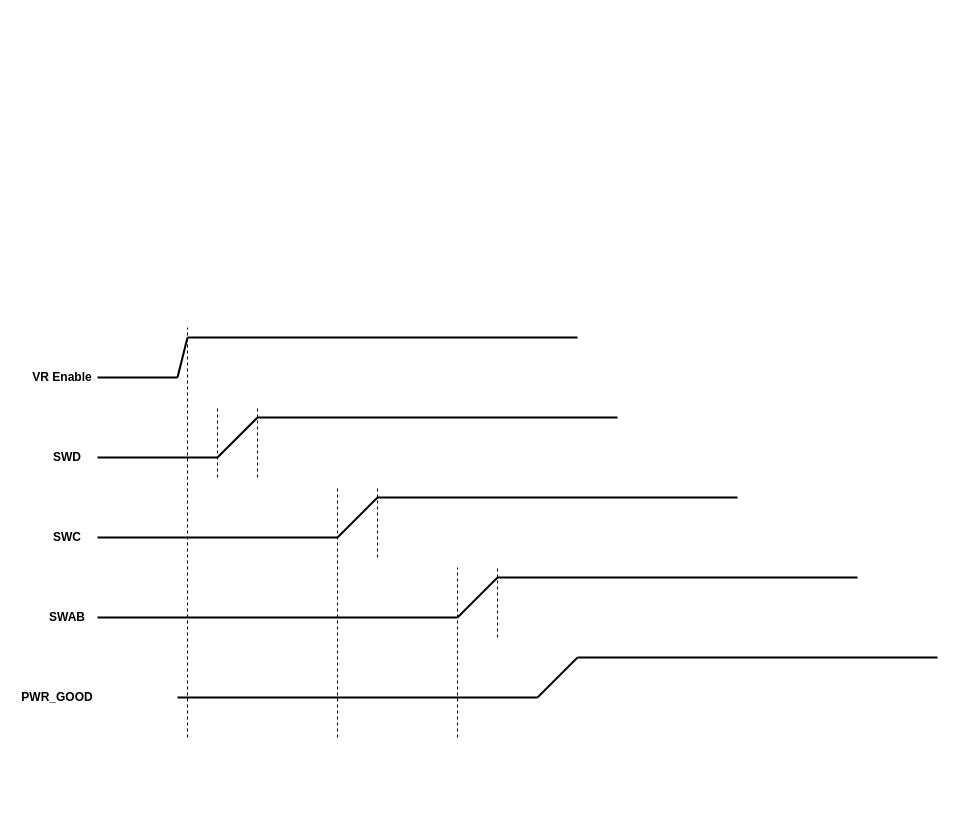
shingaridavesh/memoryandarchitecture keeps this draw.io diagram as docs/images/dimm/pmic_init.drawio. Above is the earlier version. Source tidied: cells renumbered, new cells numbered last; positions are measured from the earlier drawing's top-left corner, leaving out a move shared by most shapes. Both pictures are drawn from the tidied source at 100%, with x=0, y=0 at pixel (17, 327).
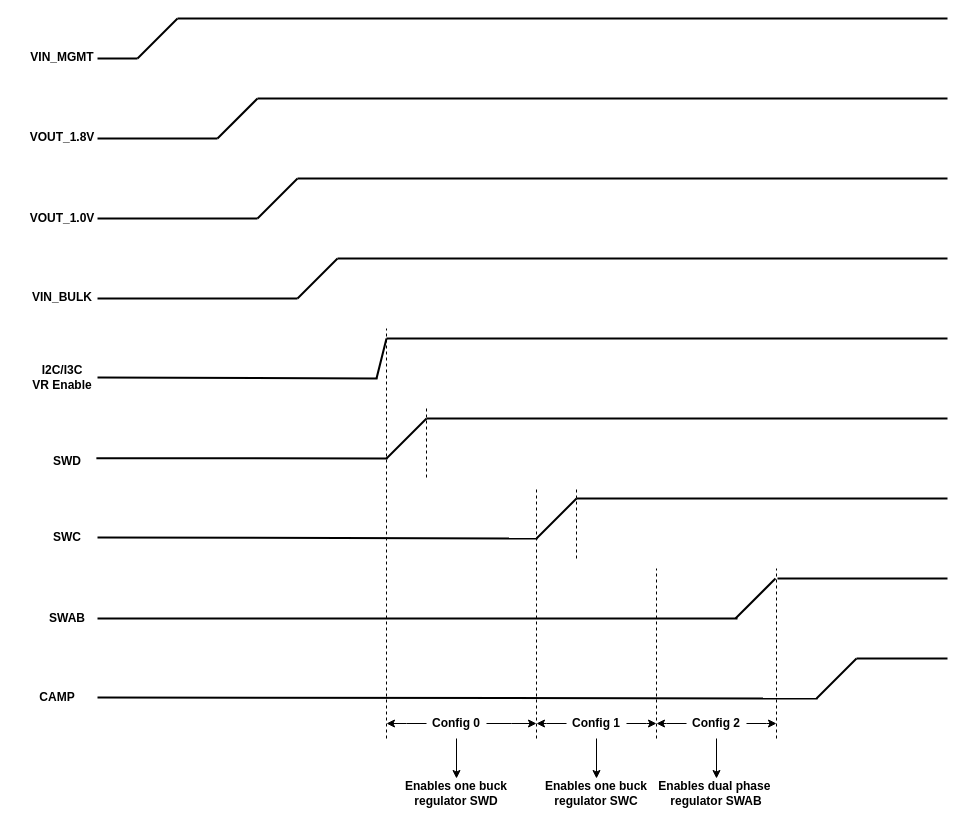
The same diagram, later.

Unchanged cells that the change refers to:
```xml
<mxCell id="15" value="&lt;b&gt;SWC&lt;/b&gt;" style="text;html=1;align=center;verticalAlign=middle;whiteSpace=wrap;rounded=0;" parent="1" vertex="1">
  <mxGeometry x="20" y="195" width="60" height="30" as="geometry" />
</mxCell>
```

The edit, as a diff of the source:
```diff
@@
-    <mxCell id="2" style="endArrow=none;html=1;rounded=0;strokeWidth=2;" parent="1" edge="1">
+    <mxCell id="2" style="endArrow=none;html=1;rounded=0;strokeWidth=2;exitX=0.981;exitY=0.39;exitDx=0;exitDy=0;exitPerimeter=0;" parent="1" edge="1" source="14">
       <mxGeometry relative="1" as="geometry">
-        <mxPoint x="80" y="130" as="sourcePoint" />
-        <mxPoint x="200" y="130" as="targetPoint" />
+        <mxPoint x="370" y="131" as="targetPoint" />
       </mxGeometry>
     </mxCell>
     <mxCell id="3" style="endArrow=none;html=1;rounded=0;strokeWidth=2;" parent="1" edge="1">
       <mxGeometry relative="1" as="geometry">
-        <mxPoint x="200" y="130" as="sourcePoint" />
-        <mxPoint x="240" y="90" as="targetPoint" />
+        <mxPoint x="369" y="131" as="sourcePoint" />
+        <mxPoint x="409" y="91" as="targetPoint" />
       </mxGeometry>
     </mxCell>
     <mxCell id="4" style="endArrow=none;html=1;rounded=0;strokeWidth=2;" parent="1" edge="1">
       <mxGeometry relative="1" as="geometry">
-        <mxPoint x="240" y="90" as="sourcePoint" />
-        <mxPoint x="600" y="90" as="targetPoint" />
+        <mxPoint x="409" y="91" as="sourcePoint" />
+        <mxPoint x="930" y="91" as="targetPoint" />
       </mxGeometry>
     </mxCell>
     <mxCell id="5" style="endArrow=none;html=1;rounded=0;strokeWidth=2;exitX=1;exitY=0.5;exitDx=0;exitDy=0;" parent="1" edge="1" source="15">
       <mxGeometry relative="1" as="geometry">
-        <mxPoint x="320" y="210" as="targetPoint" />
+        <mxPoint x="520" y="211" as="targetPoint" />
       </mxGeometry>
     </mxCell>
     <mxCell id="6" style="endArrow=none;html=1;rounded=0;strokeWidth=2;" parent="1" edge="1">
       <mxGeometry relative="1" as="geometry">
-        <mxPoint x="320" y="210" as="sourcePoint" />
-        <mxPoint x="360" y="170" as="targetPoint" />
+        <mxPoint x="519" y="211" as="sourcePoint" />
+        <mxPoint x="559" y="171" as="targetPoint" />
       </mxGeometry>
     </mxCell>
     <mxCell id="7" style="endArrow=none;html=1;rounded=0;strokeWidth=2;" parent="1" edge="1">
       <mxGeometry relative="1" as="geometry">
-        <mxPoint x="360" y="170" as="sourcePoint" />
-        <mxPoint x="720" y="170" as="targetPoint" />
+        <mxPoint x="559" y="171" as="sourcePoint" />
+        <mxPoint x="930" y="171" as="targetPoint" />
       </mxGeometry>
     </mxCell>
     <mxCell id="8" style="endArrow=none;html=1;rounded=0;strokeWidth=2;exitX=1;exitY=0.5;exitDx=0;exitDy=0;" parent="1" edge="1" source="16">
       <mxGeometry relative="1" as="geometry">
-        <mxPoint x="440" y="290" as="targetPoint" />
+        <mxPoint x="720" y="291" as="targetPoint" />
       </mxGeometry>
     </mxCell>
     <mxCell id="9" style="endArrow=none;html=1;rounded=0;strokeWidth=2;" parent="1" edge="1">
       <mxGeometry relative="1" as="geometry">
-        <mxPoint x="440" y="290" as="sourcePoint" />
-        <mxPoint x="480" y="250" as="targetPoint" />
+        <mxPoint x="718" y="291" as="sourcePoint" />
+        <mxPoint x="758" y="251" as="targetPoint" />
       </mxGeometry>
     </mxCell>
     <mxCell id="10" style="endArrow=none;html=1;rounded=0;strokeWidth=2;" parent="1" edge="1">
       <mxGeometry relative="1" as="geometry">
-        <mxPoint x="480" y="250" as="sourcePoint" />
-        <mxPoint x="840" y="250" as="targetPoint" />
+        <mxPoint x="760" y="251" as="sourcePoint" />
+        <mxPoint x="930" y="251" as="targetPoint" />
       </mxGeometry>
     </mxCell>
-    <mxCell id="11" style="endArrow=none;html=1;rounded=0;strokeWidth=2;" parent="1" edge="1">
+    <mxCell id="11" style="endArrow=none;html=1;rounded=0;strokeWidth=2;exitX=1;exitY=0.5;exitDx=0;exitDy=0;" parent="1" edge="1" source="17">
       <mxGeometry relative="1" as="geometry">
-        <mxPoint x="160" y="370" as="sourcePoint" />
-        <mxPoint x="520" y="370" as="targetPoint" />
+        <mxPoint x="800" y="371" as="targetPoint" />
       </mxGeometry>
     </mxCell>
     <mxCell id="12" style="endArrow=none;html=1;rounded=0;strokeWidth=2;" parent="1" edge="1">
       <mxGeometry relative="1" as="geometry">
-        <mxPoint x="520" y="370" as="sourcePoint" />
-        <mxPoint x="560" y="330" as="targetPoint" />
+        <mxPoint x="799" y="371" as="sourcePoint" />
+        <mxPoint x="839" y="331" as="targetPoint" />
       </mxGeometry>
     </mxCell>
     <mxCell id="13" style="endArrow=none;html=1;rounded=0;strokeWidth=2;" parent="1" edge="1">
       <mxGeometry relative="1" as="geometry">
-        <mxPoint x="560" y="330" as="sourcePoint" />
-        <mxPoint x="920" y="330" as="targetPoint" />
+        <mxPoint x="839" y="331" as="sourcePoint" />
+        <mxPoint x="930" y="331" as="targetPoint" />
       </mxGeometry>
     </mxCell>
     <mxCell id="14" value="&lt;b&gt;SWD&lt;/b&gt;" style="text;html=1;align=center;verticalAlign=middle;whiteSpace=wrap;rounded=0;" parent="1" vertex="1">
-      <mxGeometry x="20" y="115" width="60" height="30" as="geometry" />
+      <mxGeometry x="20" y="119" width="60" height="30" as="geometry" />
     </mxCell>
@@
     <mxCell id="16" value="&lt;b&gt;SWAB&lt;/b&gt;" style="text;html=1;align=center;verticalAlign=middle;whiteSpace=wrap;rounded=0;" parent="1" vertex="1">
-      <mxGeometry x="20" y="275" width="60" height="30" as="geometry" />
+      <mxGeometry x="20" y="276" width="60" height="30" as="geometry" />
     </mxCell>
-    <mxCell id="17" value="&lt;b&gt;PWR_GOOD&lt;/b&gt;" style="text;html=1;align=center;verticalAlign=middle;whiteSpace=wrap;rounded=0;" parent="1" vertex="1">
+    <mxCell id="17" value="&lt;b&gt;CAMP&lt;/b&gt;" style="text;html=1;align=center;verticalAlign=middle;whiteSpace=wrap;rounded=0;" parent="1" vertex="1">
       <mxGeometry y="355" width="80" height="30" as="geometry" />
     </mxCell>
-    <mxCell id="18" style="endArrow=none;dashed=1;html=1;rounded=0;" parent="1" edge="1">
-      <mxGeometry relative="1" as="geometry">
-        <mxPoint x="200" y="150" as="sourcePoint" />
-        <mxPoint x="200" y="80" as="targetPoint" />
-      </mxGeometry>
-    </mxCell>
     <mxCell id="19" style="endArrow=none;dashed=1;html=1;rounded=0;" parent="1" edge="1">
       <mxGeometry relative="1" as="geometry">
-        <mxPoint x="240" y="150" as="sourcePoint" />
-        <mxPoint x="240" y="80" as="targetPoint" />
+        <mxPoint x="409" y="150" as="sourcePoint" />
+        <mxPoint x="409" y="80" as="targetPoint" />
       </mxGeometry>
     </mxCell>
     <mxCell id="20" style="endArrow=none;dashed=1;html=1;rounded=0;" parent="1" edge="1">
       <mxGeometry relative="1" as="geometry">
-        <mxPoint x="320" y="410" as="sourcePoint" />
-        <mxPoint x="320" y="160" as="targetPoint" />
+        <mxPoint x="519" y="411" as="sourcePoint" />
+        <mxPoint x="519" y="161" as="targetPoint" />
       </mxGeometry>
     </mxCell>
     <mxCell id="21" style="endArrow=none;dashed=1;html=1;rounded=0;" parent="1" edge="1">
       <mxGeometry relative="1" as="geometry">
-        <mxPoint x="360" y="230" as="sourcePoint" />
-        <mxPoint x="360" y="160" as="targetPoint" />
+        <mxPoint x="559" y="231" as="sourcePoint" />
+        <mxPoint x="559" y="161" as="targetPoint" />
       </mxGeometry>
     </mxCell>
     <mxCell id="22" style="endArrow=none;dashed=1;html=1;rounded=0;" parent="1" edge="1">
       <mxGeometry relative="1" as="geometry">
-        <mxPoint x="440" y="410" as="sourcePoint" />
-        <mxPoint x="440" y="240" as="targetPoint" />
+        <mxPoint x="639" y="411" as="sourcePoint" />
+        <mxPoint x="639" y="241" as="targetPoint" />
       </mxGeometry>
     </mxCell>
     <mxCell id="23" style="endArrow=none;dashed=1;html=1;rounded=0;" parent="1" edge="1">
       <mxGeometry relative="1" as="geometry">
-        <mxPoint x="480" y="310" as="sourcePoint" />
-        <mxPoint x="480" y="240" as="targetPoint" />
+        <mxPoint x="759" y="411" as="sourcePoint" />
+        <mxPoint x="759" y="241" as="targetPoint" />
       </mxGeometry>
     </mxCell>
-    <mxCell id="24" style="endArrow=none;html=1;rounded=0;strokeWidth=2;" parent="1" edge="1">
+    <mxCell id="24" style="endArrow=none;html=1;rounded=0;strokeWidth=2;exitX=1;exitY=0.5;exitDx=0;exitDy=0;" parent="1" edge="1" source="27">
       <mxGeometry relative="1" as="geometry">
-        <mxPoint x="80" y="50" as="sourcePoint" />
-        <mxPoint x="160" y="50" as="targetPoint" />
+        <mxPoint x="360" y="51" as="targetPoint" />
       </mxGeometry>
     </mxCell>
     <mxCell id="25" style="endArrow=none;html=1;rounded=0;strokeWidth=2;" parent="1" edge="1">
       <mxGeometry relative="1" as="geometry">
-        <mxPoint x="160" y="50" as="sourcePoint" />
-        <mxPoint x="170" y="10" as="targetPoint" />
+        <mxPoint x="359" y="51" as="sourcePoint" />
+        <mxPoint x="369" y="11" as="targetPoint" />
       </mxGeometry>
     </mxCell>
     <mxCell id="26" style="endArrow=none;html=1;rounded=0;strokeWidth=2;" parent="1" edge="1">
       <mxGeometry relative="1" as="geometry">
-        <mxPoint x="170" y="10" as="sourcePoint" />
-        <mxPoint x="560" y="10" as="targetPoint" />
+        <mxPoint x="369" y="11" as="sourcePoint" />
+        <mxPoint x="930" y="11" as="targetPoint" />
       </mxGeometry>
     </mxCell>
-    <mxCell id="27" value="&lt;b&gt;VR Enable&lt;/b&gt;" style="text;html=1;align=center;verticalAlign=middle;whiteSpace=wrap;rounded=0;" parent="1" vertex="1">
+    <mxCell id="27" value="&lt;div&gt;&lt;b&gt;I2C/I3C&lt;/b&gt;&lt;/div&gt;&lt;b&gt;VR Enable&lt;/b&gt;" style="text;html=1;align=center;verticalAlign=middle;whiteSpace=wrap;rounded=0;" parent="1" vertex="1">
       <mxGeometry x="10" y="35" width="70" height="30" as="geometry" />
     </mxCell>
     <mxCell id="28" style="endArrow=none;dashed=1;html=1;rounded=0;" parent="1" edge="1">
       <mxGeometry relative="1" as="geometry">
-        <mxPoint x="170" y="410" as="sourcePoint" />
-        <mxPoint x="170" as="targetPoint" />
+        <mxPoint x="369" y="411" as="sourcePoint" />
+        <mxPoint x="369" y="1" as="targetPoint" />
       </mxGeometry>
     </mxCell>
+    <mxCell id="29" style="edgeStyle=orthogonalEdgeStyle;rounded=0;jettySize=auto;html=1;" parent="1" edge="1" source="31">
+      <mxGeometry relative="1" as="geometry">
+        <mxPoint x="519" y="396" as="targetPoint" />
+      </mxGeometry>
+    </mxCell>
+    <mxCell id="30" style="edgeStyle=orthogonalEdgeStyle;rounded=0;jettySize=auto;html=1;" parent="1" edge="1" source="31">
+      <mxGeometry relative="1" as="geometry">
+        <mxPoint x="369" y="396" as="targetPoint" />
+      </mxGeometry>
+    </mxCell>
+    <mxCell id="31" value="&lt;b&gt;Config 0&lt;/b&gt;" style="text;html=1;align=center;verticalAlign=middle;whiteSpace=wrap;rounded=0;" parent="1" vertex="1">
+      <mxGeometry x="409" y="381" width="60" height="30" as="geometry" />
+    </mxCell>
+    <mxCell id="32" style="edgeStyle=orthogonalEdgeStyle;rounded=0;jettySize=auto;html=1;" parent="1" edge="1" source="34">
+      <mxGeometry relative="1" as="geometry">
+        <mxPoint x="639" y="396" as="targetPoint" />
+      </mxGeometry>
+    </mxCell>
+    <mxCell id="33" style="edgeStyle=orthogonalEdgeStyle;rounded=0;jettySize=auto;html=1;" parent="1" edge="1" source="34">
+      <mxGeometry relative="1" as="geometry">
+        <mxPoint x="519" y="396" as="targetPoint" />
+      </mxGeometry>
+    </mxCell>
+    <mxCell id="34" value="&lt;b&gt;Config 1&lt;/b&gt;" style="text;html=1;align=center;verticalAlign=middle;whiteSpace=wrap;rounded=0;" parent="1" vertex="1">
+      <mxGeometry x="549" y="381" width="60" height="30" as="geometry" />
+    </mxCell>
+    <mxCell id="35" style="edgeStyle=orthogonalEdgeStyle;rounded=0;jettySize=auto;html=1;" parent="1" edge="1" source="37">
+      <mxGeometry relative="1" as="geometry">
+        <mxPoint x="759" y="396" as="targetPoint" />
+      </mxGeometry>
+    </mxCell>
+    <mxCell id="36" style="edgeStyle=orthogonalEdgeStyle;rounded=0;jettySize=auto;html=1;" parent="1" edge="1" source="37">
+      <mxGeometry relative="1" as="geometry">
+        <mxPoint x="639" y="396" as="targetPoint" />
+      </mxGeometry>
+    </mxCell>
+    <mxCell id="37" value="&lt;b&gt;Config 2&lt;/b&gt;" style="text;html=1;align=center;verticalAlign=middle;whiteSpace=wrap;rounded=0;" parent="1" vertex="1">
+      <mxGeometry x="669" y="381" width="60" height="30" as="geometry" />
+    </mxCell>
+    <mxCell id="38" style="endArrow=classic;html=1;rounded=0;exitX=0.5;exitY=1;exitDx=0;exitDy=0;" parent="1" edge="1" source="31">
+      <mxGeometry relative="1" as="geometry">
+        <mxPoint x="439" y="451" as="targetPoint" />
+      </mxGeometry>
+    </mxCell>
+    <mxCell id="39" value="&lt;b&gt;Enables one buck regulator SWD&lt;/b&gt;" style="text;html=1;align=center;verticalAlign=middle;whiteSpace=wrap;rounded=0;" parent="1" vertex="1">
+      <mxGeometry x="374" y="451" width="130" height="30" as="geometry" />
+    </mxCell>
+    <mxCell id="40" style="endArrow=classic;html=1;rounded=0;exitX=0.5;exitY=1;exitDx=0;exitDy=0;" parent="1" edge="1">
+      <mxGeometry relative="1" as="geometry">
+        <mxPoint x="579" y="411" as="sourcePoint" />
+        <mxPoint x="579" y="451" as="targetPoint" />
+      </mxGeometry>
+    </mxCell>
+    <mxCell id="41" value="&lt;b&gt;Enables one buck regulator SWC&lt;/b&gt;" style="text;html=1;align=center;verticalAlign=middle;whiteSpace=wrap;rounded=0;" parent="1" vertex="1">
+      <mxGeometry x="514" y="451" width="130" height="30" as="geometry" />
+    </mxCell>
+    <mxCell id="42" style="endArrow=classic;html=1;rounded=0;exitX=0.5;exitY=1;exitDx=0;exitDy=0;" parent="1" edge="1">
+      <mxGeometry relative="1" as="geometry">
+        <mxPoint x="699" y="411" as="sourcePoint" />
+        <mxPoint x="699" y="451" as="targetPoint" />
+      </mxGeometry>
+    </mxCell>
+    <mxCell id="43" value="&lt;b&gt;Enables dual phase&amp;nbsp; regulator SWAB&lt;/b&gt;" style="text;html=1;align=center;verticalAlign=middle;whiteSpace=wrap;rounded=0;" parent="1" vertex="1">
+      <mxGeometry x="634" y="451" width="130" height="30" as="geometry" />
+    </mxCell>
+    <mxCell id="44" style="endArrow=none;html=1;rounded=0;strokeWidth=2;" parent="1" edge="1">
+      <mxGeometry relative="1" as="geometry">
+        <mxPoint x="80" y="-189" as="sourcePoint" />
+        <mxPoint x="200" y="-189" as="targetPoint" />
+      </mxGeometry>
+    </mxCell>
+    <mxCell id="45" style="endArrow=none;html=1;rounded=0;strokeWidth=2;" parent="1" edge="1">
+      <mxGeometry relative="1" as="geometry">
+        <mxPoint x="200" y="-189" as="sourcePoint" />
+        <mxPoint x="240" y="-229" as="targetPoint" />
+      </mxGeometry>
+    </mxCell>
+    <mxCell id="46" style="endArrow=none;html=1;rounded=0;strokeWidth=2;" parent="1" edge="1">
+      <mxGeometry relative="1" as="geometry">
+        <mxPoint x="240" y="-229" as="sourcePoint" />
+        <mxPoint x="930" y="-229" as="targetPoint" />
+      </mxGeometry>
+    </mxCell>
+    <mxCell id="47" style="endArrow=none;html=1;rounded=0;strokeWidth=2;" parent="1" edge="1">
+      <mxGeometry relative="1" as="geometry">
+        <mxPoint x="80" y="-109" as="sourcePoint" />
+        <mxPoint x="240" y="-109" as="targetPoint" />
+      </mxGeometry>
+    </mxCell>
+    <mxCell id="48" style="endArrow=none;html=1;rounded=0;strokeWidth=2;" parent="1" edge="1">
+      <mxGeometry relative="1" as="geometry">
+        <mxPoint x="240" y="-109" as="sourcePoint" />
+        <mxPoint x="280" y="-149" as="targetPoint" />
+      </mxGeometry>
+    </mxCell>
+    <mxCell id="49" style="endArrow=none;html=1;rounded=0;strokeWidth=2;" parent="1" edge="1">
+      <mxGeometry relative="1" as="geometry">
+        <mxPoint x="280" y="-149" as="sourcePoint" />
+        <mxPoint x="930" y="-149" as="targetPoint" />
+      </mxGeometry>
+    </mxCell>
+    <mxCell id="50" style="endArrow=none;html=1;rounded=0;strokeWidth=2;" parent="1" edge="1">
+      <mxGeometry relative="1" as="geometry">
+        <mxPoint x="80" y="-29" as="sourcePoint" />
+        <mxPoint x="280" y="-29" as="targetPoint" />
+      </mxGeometry>
+    </mxCell>
+    <mxCell id="51" style="endArrow=none;html=1;rounded=0;strokeWidth=2;" parent="1" edge="1">
+      <mxGeometry relative="1" as="geometry">
+        <mxPoint x="280" y="-29" as="sourcePoint" />
+        <mxPoint x="320" y="-69" as="targetPoint" />
+      </mxGeometry>
+    </mxCell>
+    <mxCell id="52" style="endArrow=none;html=1;rounded=0;strokeWidth=2;" parent="1" edge="1">
+      <mxGeometry relative="1" as="geometry">
+        <mxPoint x="320" y="-69" as="sourcePoint" />
+        <mxPoint x="930" y="-69" as="targetPoint" />
+      </mxGeometry>
+    </mxCell>
+    <mxCell id="53" style="endArrow=none;html=1;rounded=0;strokeWidth=2;" parent="1" edge="1">
+      <mxGeometry relative="1" as="geometry">
+        <mxPoint x="80" y="-269" as="sourcePoint" />
+        <mxPoint x="120" y="-269" as="targetPoint" />
+      </mxGeometry>
+    </mxCell>
+    <mxCell id="54" style="endArrow=none;html=1;rounded=0;strokeWidth=2;" parent="1" edge="1">
+      <mxGeometry relative="1" as="geometry">
+        <mxPoint x="120" y="-269" as="sourcePoint" />
+        <mxPoint x="160" y="-309" as="targetPoint" />
+      </mxGeometry>
+    </mxCell>
+    <mxCell id="55" style="endArrow=none;html=1;rounded=0;strokeWidth=2;" parent="1" edge="1">
+      <mxGeometry relative="1" as="geometry">
+        <mxPoint x="160" y="-309" as="sourcePoint" />
+        <mxPoint x="930" y="-309" as="targetPoint" />
+      </mxGeometry>
+    </mxCell>
+    <mxCell id="56" value="&lt;b&gt;VIN_MGMT&lt;/b&gt;" style="text;html=1;align=center;verticalAlign=middle;whiteSpace=wrap;rounded=0;" parent="1" vertex="1">
+      <mxGeometry x="10" y="-285" width="70" height="30" as="geometry" />
+    </mxCell>
+    <mxCell id="57" value="&lt;b&gt;VOUT_1.8V&lt;/b&gt;" style="text;html=1;align=center;verticalAlign=middle;whiteSpace=wrap;rounded=0;" parent="1" vertex="1">
+      <mxGeometry x="10" y="-205" width="70" height="30" as="geometry" />
+    </mxCell>
+    <mxCell id="58" value="&lt;b&gt;VOUT_1.0V&lt;/b&gt;" style="text;html=1;align=center;verticalAlign=middle;whiteSpace=wrap;rounded=0;" parent="1" vertex="1">
+      <mxGeometry x="10" y="-124" width="70" height="30" as="geometry" />
+    </mxCell>
+    <mxCell id="59" value="&lt;b&gt;VIN_BULK&lt;/b&gt;" style="text;html=1;align=center;verticalAlign=middle;whiteSpace=wrap;rounded=0;" parent="1" vertex="1">
+      <mxGeometry x="10" y="-45" width="70" height="30" as="geometry" />
+    </mxCell>
```
